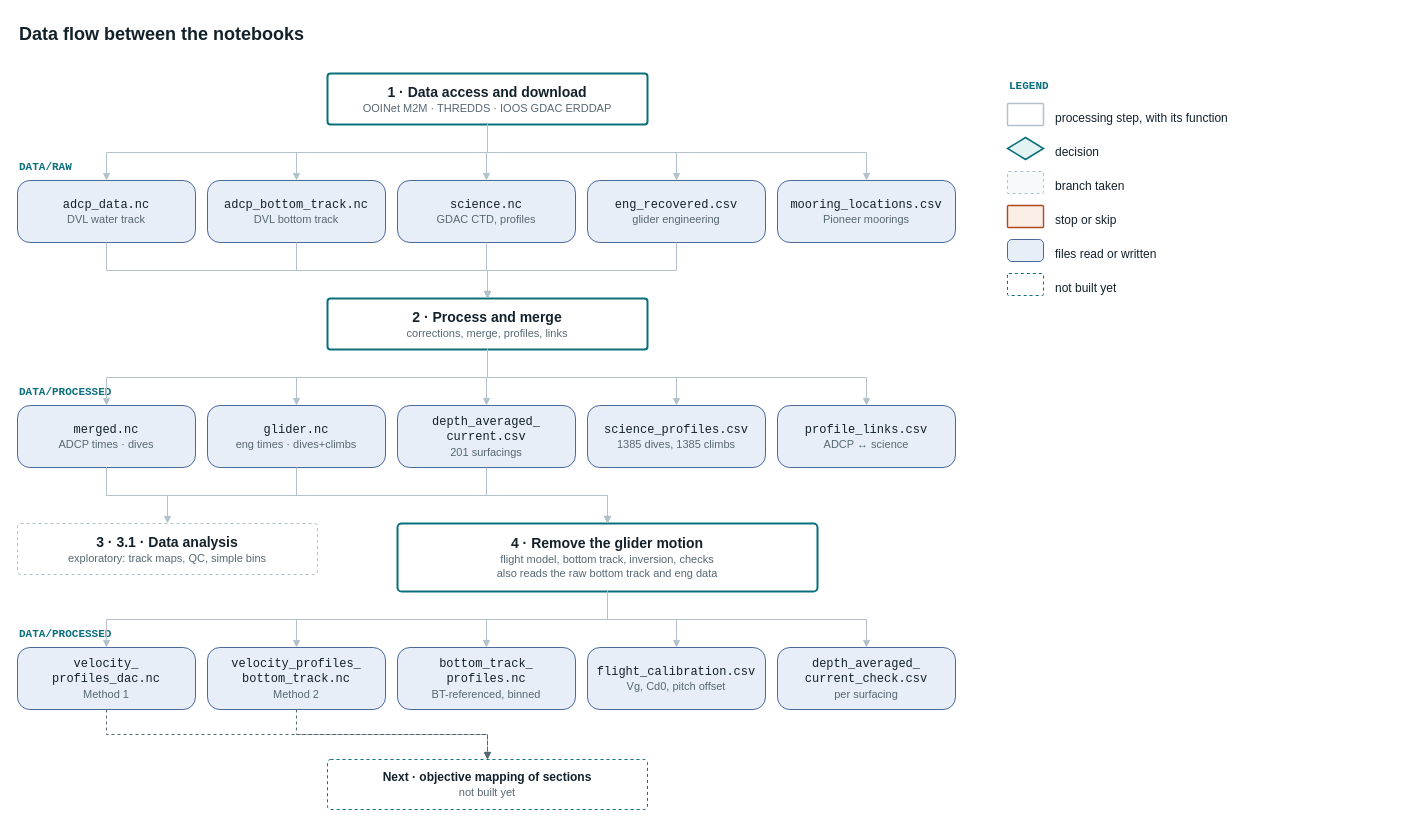
Earlier version of the draw.io diagram page "Overview" (1 of 4) of docs/pipeline/dvl-pipeline.drawio (WHOIGit/ooicgsn_glider_dvl). Source tidied: cells renumbered, new cells numbered last; positions are measured from the earlier drawing's top-left corner, leaving out a move shared by most shapes. Both pictures are drawn from the tidied source at 100%, with x=0, y=0 at pixel (17, 17).
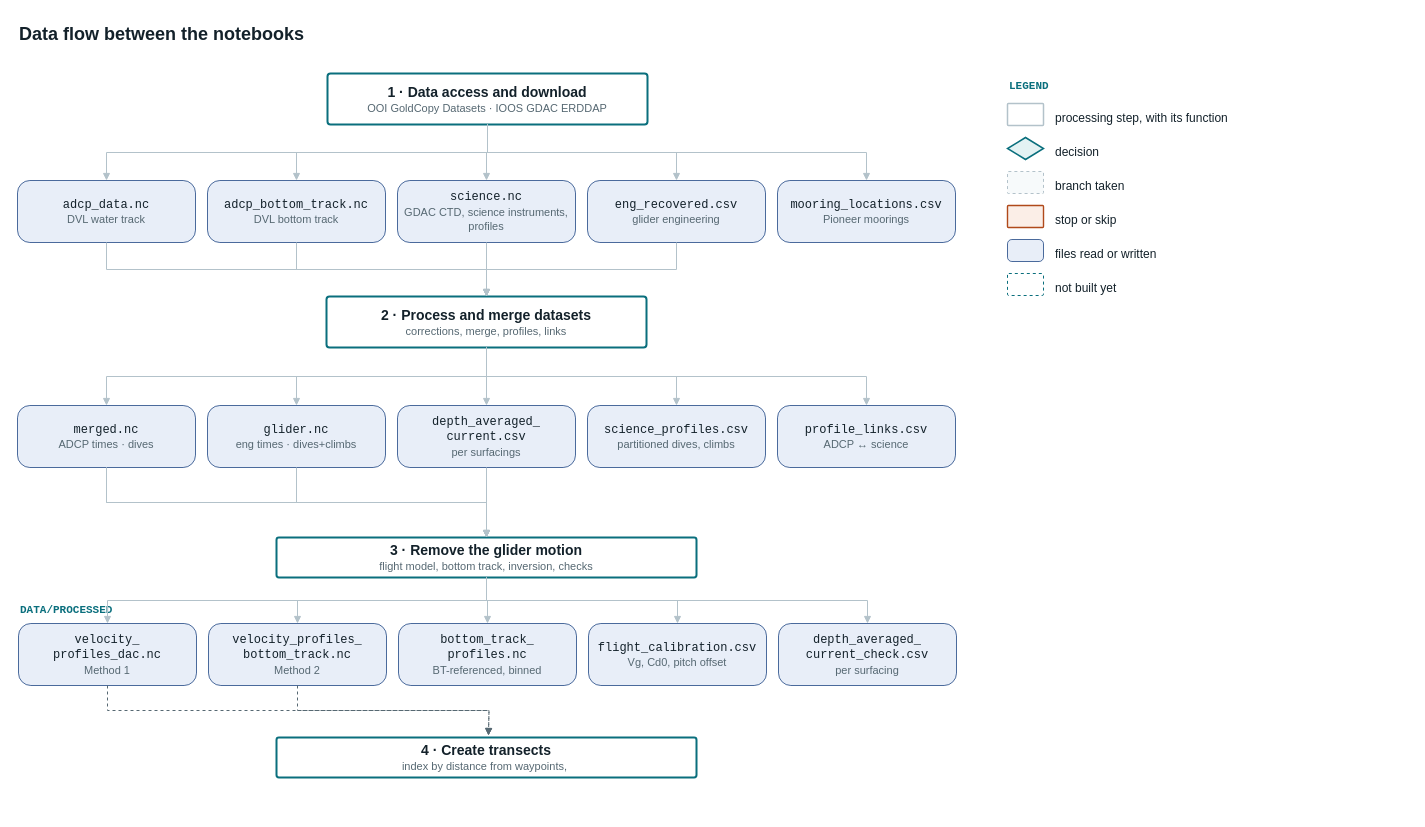
The same diagram, later.

Commit message:
Flowchart of processing steps

The change refers to these unchanged cells:
```xml
<mxCell id="21" value="&lt;font face=&quot;Courier New&quot;&gt;merged.nc&lt;/font&gt;&lt;br&gt;&lt;font color=&quot;#566872&quot; style=&quot;font-size:11px&quot;&gt;ADCP times · dives&lt;/font&gt;" style="html=1;whiteSpace=wrap;fontColor=#13212a;fontSize=12;rounded=1;arcSize=20;fillColor=#e8eef8;strokeColor=#4a6a9c;" parent="1" vertex="1">
  <mxGeometry y="388" width="178" height="62" as="geometry" />
</mxCell>
```

What changed in the source:
```diff
@@
-    <mxCell id="3" value="&lt;b style=&quot;font-size:14px&quot;&gt;1 · Data access and download&lt;/b&gt;&lt;br&gt;&lt;font color=&quot;#566872&quot; style=&quot;font-size:11px&quot;&gt;OOINet M2M · THREDDS · IOOS GDAC ERDDAP&lt;/font&gt;" style="html=1;whiteSpace=wrap;fontColor=#13212a;fontSize=12;rounded=1;arcSize=6;fillColor=#ffffff;strokeColor=#0a6f7d;strokeWidth=2;" parent="1" vertex="1">
+    <mxCell id="3" value="&lt;b style=&quot;font-size:14px&quot;&gt;1 · Data access and download&lt;/b&gt;&lt;br&gt;&lt;font color=&quot;#566872&quot; style=&quot;font-size: 11px;&quot;&gt;OOI GoldCopy Datasets · IOOS GDAC ERDDAP&lt;/font&gt;" style="html=1;whiteSpace=wrap;fontColor=#13212a;fontSize=12;rounded=1;arcSize=6;fillColor=#ffffff;strokeColor=#0a6f7d;strokeWidth=2;" parent="1" vertex="1">
       <mxGeometry x="310" y="56" width="320" height="51" as="geometry" />
     </mxCell>
-    <mxCell id="4" value="DATA/RAW" style="html=1;whiteSpace=wrap;fontColor=#13212a;fontSize=12;text;align=left;fontFamily=Courier New;fontSize=11;fontStyle=1;fontColor=#0a6f7d;" parent="1" vertex="1">
-      <mxGeometry y="137" width="400" height="20" as="geometry" />
-    </mxCell>
@@
-    <mxCell id="7" value="&lt;font face=&quot;Courier New&quot;&gt;science.nc&lt;/font&gt;&lt;br&gt;&lt;font color=&quot;#566872&quot; style=&quot;font-size:11px&quot;&gt;GDAC CTD, profiles&lt;/font&gt;" style="html=1;whiteSpace=wrap;fontColor=#13212a;fontSize=12;rounded=1;arcSize=20;fillColor=#e8eef8;strokeColor=#4a6a9c;" parent="1" vertex="1">
+    <mxCell id="7" value="&lt;font face=&quot;Courier New&quot;&gt;science.nc&lt;/font&gt;&lt;br&gt;&lt;font color=&quot;#566872&quot; style=&quot;font-size: 11px;&quot;&gt;GDAC CTD, science instruments, profiles&lt;/font&gt;" style="html=1;whiteSpace=wrap;fontColor=#13212a;fontSize=12;rounded=1;arcSize=20;fillColor=#e8eef8;strokeColor=#4a6a9c;" parent="1" vertex="1">
       <mxGeometry x="380" y="163" width="178" height="62" as="geometry" />
     </mxCell>
@@
-    <mxCell id="15" value="&lt;b style=&quot;font-size:14px&quot;&gt;2 · Process and merge&lt;/b&gt;&lt;br&gt;&lt;font color=&quot;#566872&quot; style=&quot;font-size:11px&quot;&gt;corrections, merge, profiles, links&lt;/font&gt;" style="html=1;whiteSpace=wrap;fontColor=#13212a;fontSize=12;rounded=1;arcSize=6;fillColor=#ffffff;strokeColor=#0a6f7d;strokeWidth=2;" parent="1" vertex="1">
-      <mxGeometry x="310" y="281" width="320" height="51" as="geometry" />
+    <mxCell id="15" value="&lt;b style=&quot;font-size:14px&quot;&gt;2 · Process and merge datasets&lt;/b&gt;&lt;br&gt;&lt;font color=&quot;#566872&quot; style=&quot;font-size: 11px;&quot;&gt;corrections, merge, profiles, links&lt;/font&gt;" style="html=1;whiteSpace=wrap;fontColor=#13212a;fontSize=12;rounded=1;arcSize=6;fillColor=#ffffff;strokeColor=#0a6f7d;strokeWidth=2;" parent="1" vertex="1">
+      <mxGeometry x="309" y="279" width="320" height="51" as="geometry" />
     </mxCell>
@@
-    <mxCell id="20" value="DATA/PROCESSED" style="html=1;whiteSpace=wrap;fontColor=#13212a;fontSize=12;text;align=left;fontFamily=Courier New;fontSize=11;fontStyle=1;fontColor=#0a6f7d;" parent="1" vertex="1">
-      <mxGeometry y="362" width="400" height="20" as="geometry" />
-    </mxCell>
@@
-    <mxCell id="23" value="&lt;font face=&quot;Courier New&quot;&gt;depth_averaged_&lt;br&gt;current.csv&lt;/font&gt;&lt;br&gt;&lt;font color=&quot;#566872&quot; style=&quot;font-size:11px&quot;&gt;201 surfacings&lt;/font&gt;" style="html=1;whiteSpace=wrap;fontColor=#13212a;fontSize=12;rounded=1;arcSize=20;fillColor=#e8eef8;strokeColor=#4a6a9c;" parent="1" vertex="1">
+    <mxCell id="23" value="&lt;font face=&quot;Courier New&quot;&gt;depth_averaged_&lt;br&gt;current.csv&lt;/font&gt;&lt;br&gt;&lt;font color=&quot;#566872&quot; style=&quot;font-size: 11px;&quot;&gt;per surfacings&lt;/font&gt;" style="html=1;whiteSpace=wrap;fontColor=#13212a;fontSize=12;rounded=1;arcSize=20;fillColor=#e8eef8;strokeColor=#4a6a9c;" parent="1" vertex="1">
       <mxGeometry x="380" y="388" width="178" height="62" as="geometry" />
     </mxCell>
-    <mxCell id="24" value="&lt;font face=&quot;Courier New&quot;&gt;science_profiles.csv&lt;/font&gt;&lt;br&gt;&lt;font color=&quot;#566872&quot; style=&quot;font-size:11px&quot;&gt;1385 dives, 1385 climbs&lt;/font&gt;" style="html=1;whiteSpace=wrap;fontColor=#13212a;fontSize=12;rounded=1;arcSize=20;fillColor=#e8eef8;strokeColor=#4a6a9c;" parent="1" vertex="1">
+    <mxCell id="24" value="&lt;font face=&quot;Courier New&quot;&gt;science_profiles.csv&lt;/font&gt;&lt;br&gt;&lt;font color=&quot;#566872&quot; style=&quot;font-size: 11px;&quot;&gt;partitioned dives, climbs&lt;/font&gt;" style="html=1;whiteSpace=wrap;fontColor=#13212a;fontSize=12;rounded=1;arcSize=20;fillColor=#e8eef8;strokeColor=#4a6a9c;" parent="1" vertex="1">
       <mxGeometry x="570" y="388" width="178" height="62" as="geometry" />
     </mxCell>
@@
-    <mxCell id="31" value="&lt;b style=&quot;font-size:14px&quot;&gt;3 · 3.1 · Data analysis&lt;/b&gt;&lt;br&gt;&lt;font color=&quot;#566872&quot; style=&quot;font-size:11px&quot;&gt;exploratory: track maps, QC, simple bins&lt;/font&gt;" style="html=1;whiteSpace=wrap;fontColor=#13212a;fontSize=12;rounded=1;arcSize=6;fillColor=#ffffff;strokeColor=#b3c2ca;dashed=1;" parent="1" vertex="1">
-      <mxGeometry y="506" width="300" height="51" as="geometry" />
-    </mxCell>
-    <mxCell id="32" value="&lt;b style=&quot;font-size:14px&quot;&gt;4 · Remove the glider motion&lt;/b&gt;&lt;br&gt;&lt;font color=&quot;#566872&quot; style=&quot;font-size:11px&quot;&gt;flight model, bottom track, inversion, checks&lt;/font&gt;&lt;br&gt;&lt;font color=&quot;#566872&quot; style=&quot;font-size:11px&quot;&gt;also reads the raw bottom track and eng data&lt;/font&gt;" style="html=1;whiteSpace=wrap;fontColor=#13212a;fontSize=12;rounded=1;arcSize=6;fillColor=#ffffff;strokeColor=#0a6f7d;strokeWidth=2;" parent="1" vertex="1">
-      <mxGeometry x="380" y="506" width="420" height="68" as="geometry" />
+    <mxCell id="32" value="&lt;b style=&quot;font-size:14px&quot;&gt;3 · Remove the glider motion&lt;/b&gt;&lt;br&gt;&lt;font color=&quot;#566872&quot; style=&quot;font-size: 11px;&quot;&gt;flight model, bottom track, inversion, checks&lt;/font&gt;" style="html=1;whiteSpace=wrap;fontColor=#13212a;fontSize=12;rounded=1;arcSize=6;fillColor=#ffffff;strokeColor=#0a6f7d;strokeWidth=2;" parent="1" vertex="1">
+      <mxGeometry x="259" y="520" width="420" height="40" as="geometry" />
     </mxCell>
-    <mxCell id="33" style="edgeStyle=orthogonalEdgeStyle;rounded=0;html=1;endArrow=block;endFill=1;endSize=5;strokeColor=#566872;fontColor=#0a6f7d;fontFamily=Courier New;fontSize=11;labelBackgroundColor=#ffffff;exitX=0.5;exitY=1;entryX=0.5;entryY=0;strokeColor=#b3c2ca;" parent="1" edge="1" source="21" target="31">
+    <mxCell id="33" style="edgeStyle=orthogonalEdgeStyle;rounded=0;html=1;endArrow=block;endFill=1;endSize=5;strokeColor=#566872;fontColor=#0a6f7d;fontFamily=Courier New;fontSize=11;labelBackgroundColor=#ffffff;exitX=0.5;exitY=1;entryX=0.5;entryY=0;strokeColor=#b3c2ca;entryDx=0;entryDy=0;" parent="1" edge="1" source="21" target="32">
       <mxGeometry relative="1" as="geometry" />
     </mxCell>
@@
     <mxCell id="37" value="DATA/PROCESSED" style="html=1;whiteSpace=wrap;fontColor=#13212a;fontSize=12;text;align=left;fontFamily=Courier New;fontSize=11;fontStyle=1;fontColor=#0a6f7d;" parent="1" vertex="1">
-      <mxGeometry y="604" width="400" height="20" as="geometry" />
+      <mxGeometry x="1" y="580" width="400" height="20" as="geometry" />
     </mxCell>
     <mxCell id="38" value="&lt;font face=&quot;Courier New&quot;&gt;velocity_&lt;br&gt;profiles_dac.nc&lt;/font&gt;&lt;br&gt;&lt;font color=&quot;#566872&quot; style=&quot;font-size:11px&quot;&gt;Method 1&lt;/font&gt;" style="html=1;whiteSpace=wrap;fontColor=#13212a;fontSize=12;rounded=1;arcSize=20;fillColor=#e8eef8;strokeColor=#4a6a9c;" parent="1" vertex="1">
-      <mxGeometry y="630" width="178" height="62" as="geometry" />
+      <mxGeometry x="1" y="606" width="178" height="62" as="geometry" />
     </mxCell>
     <mxCell id="39" value="&lt;font face=&quot;Courier New&quot;&gt;velocity_profiles_&lt;br&gt;bottom_track.nc&lt;/font&gt;&lt;br&gt;&lt;font color=&quot;#566872&quot; style=&quot;font-size:11px&quot;&gt;Method 2&lt;/font&gt;" style="html=1;whiteSpace=wrap;fontColor=#13212a;fontSize=12;rounded=1;arcSize=20;fillColor=#e8eef8;strokeColor=#4a6a9c;" parent="1" vertex="1">
-      <mxGeometry x="190" y="630" width="178" height="62" as="geometry" />
+      <mxGeometry x="191" y="606" width="178" height="62" as="geometry" />
     </mxCell>
     <mxCell id="40" value="&lt;font face=&quot;Courier New&quot;&gt;bottom_track_&lt;br&gt;profiles.nc&lt;/font&gt;&lt;br&gt;&lt;font color=&quot;#566872&quot; style=&quot;font-size:11px&quot;&gt;BT-referenced, binned&lt;/font&gt;" style="html=1;whiteSpace=wrap;fontColor=#13212a;fontSize=12;rounded=1;arcSize=20;fillColor=#e8eef8;strokeColor=#4a6a9c;" parent="1" vertex="1">
-      <mxGeometry x="380" y="630" width="178" height="62" as="geometry" />
+      <mxGeometry x="381" y="606" width="178" height="62" as="geometry" />
     </mxCell>
     <mxCell id="41" value="&lt;font face=&quot;Courier New&quot;&gt;flight_calibration.csv&lt;/font&gt;&lt;br&gt;&lt;font color=&quot;#566872&quot; style=&quot;font-size:11px&quot;&gt;Vg, Cd0, pitch offset&lt;/font&gt;" style="html=1;whiteSpace=wrap;fontColor=#13212a;fontSize=12;rounded=1;arcSize=20;fillColor=#e8eef8;strokeColor=#4a6a9c;" parent="1" vertex="1">
-      <mxGeometry x="570" y="630" width="178" height="62" as="geometry" />
+      <mxGeometry x="571" y="606" width="178" height="62" as="geometry" />
     </mxCell>
     <mxCell id="42" value="&lt;font face=&quot;Courier New&quot;&gt;depth_averaged_&lt;br&gt;current_check.csv&lt;/font&gt;&lt;br&gt;&lt;font color=&quot;#566872&quot; style=&quot;font-size:11px&quot;&gt;per surfacing&lt;/font&gt;" style="html=1;whiteSpace=wrap;fontColor=#13212a;fontSize=12;rounded=1;arcSize=20;fillColor=#e8eef8;strokeColor=#4a6a9c;" parent="1" vertex="1">
-      <mxGeometry x="760" y="630" width="178" height="62" as="geometry" />
+      <mxGeometry x="761" y="606" width="178" height="62" as="geometry" />
     </mxCell>
@@
-    <mxCell id="48" value="&lt;b&gt;Next · objective mapping of sections&lt;/b&gt;&lt;br&gt;&lt;font color=&quot;#566872&quot; style=&quot;font-size:11px&quot;&gt;not built yet&lt;/font&gt;" style="html=1;whiteSpace=wrap;fontColor=#13212a;fontSize=12;rounded=1;arcSize=6;fillColor=none;strokeColor=#0a6f7d;dashed=1;" parent="1" vertex="1">
-      <mxGeometry x="310" y="742" width="320" height="50" as="geometry" />
-    </mxCell>
-    <mxCell id="49" style="edgeStyle=orthogonalEdgeStyle;rounded=0;html=1;endArrow=block;endFill=1;endSize=5;strokeColor=#566872;fontColor=#0a6f7d;fontFamily=Courier New;fontSize=11;labelBackgroundColor=#ffffff;exitX=0.5;exitY=1;entryX=0.5;entryY=0;dashed=1;" parent="1" edge="1" source="38" target="48">
-      <mxGeometry relative="1" as="geometry" />
+    <mxCell id="49" style="edgeStyle=orthogonalEdgeStyle;rounded=0;html=1;endArrow=block;endFill=1;endSize=5;strokeColor=#566872;fontColor=#0a6f7d;fontFamily=Courier New;fontSize=11;labelBackgroundColor=#ffffff;exitX=0.5;exitY=1;entryX=0.5;entryY=0;dashed=1;" parent="1" edge="1" source="38">
+      <mxGeometry relative="1" as="geometry">
+        <mxPoint x="471" y="718" as="targetPoint" />
+      </mxGeometry>
     </mxCell>
-    <mxCell id="50" style="edgeStyle=orthogonalEdgeStyle;rounded=0;html=1;endArrow=block;endFill=1;endSize=5;strokeColor=#566872;fontColor=#0a6f7d;fontFamily=Courier New;fontSize=11;labelBackgroundColor=#ffffff;exitX=0.5;exitY=1;entryX=0.5;entryY=0;dashed=1;" parent="1" edge="1" source="39" target="48">
-      <mxGeometry relative="1" as="geometry" />
+    <mxCell id="50" style="edgeStyle=orthogonalEdgeStyle;rounded=0;html=1;endArrow=block;endFill=1;endSize=5;strokeColor=#566872;fontColor=#0a6f7d;fontFamily=Courier New;fontSize=11;labelBackgroundColor=#ffffff;exitX=0.5;exitY=1;entryX=0.5;entryY=0;dashed=1;" parent="1" edge="1" source="39">
+      <mxGeometry relative="1" as="geometry">
+        <mxPoint x="471" y="718" as="targetPoint" />
+      </mxGeometry>
     </mxCell>
@@
+    <mxCell id="64" value="&lt;b style=&quot;font-size:14px&quot;&gt;4 · Create transects&lt;/b&gt;&lt;br&gt;&lt;font color=&quot;#566872&quot;&gt;&lt;span style=&quot;font-size: 11px;&quot;&gt;index by distance from waypoints,&amp;nbsp;&lt;/span&gt;&lt;/font&gt;" style="html=1;whiteSpace=wrap;fontColor=#13212a;fontSize=12;rounded=1;arcSize=6;fillColor=#ffffff;strokeColor=#0a6f7d;strokeWidth=2;" parent="1" vertex="1">
+      <mxGeometry x="259" y="720" width="420" height="40" as="geometry" />
+    </mxCell>
```
